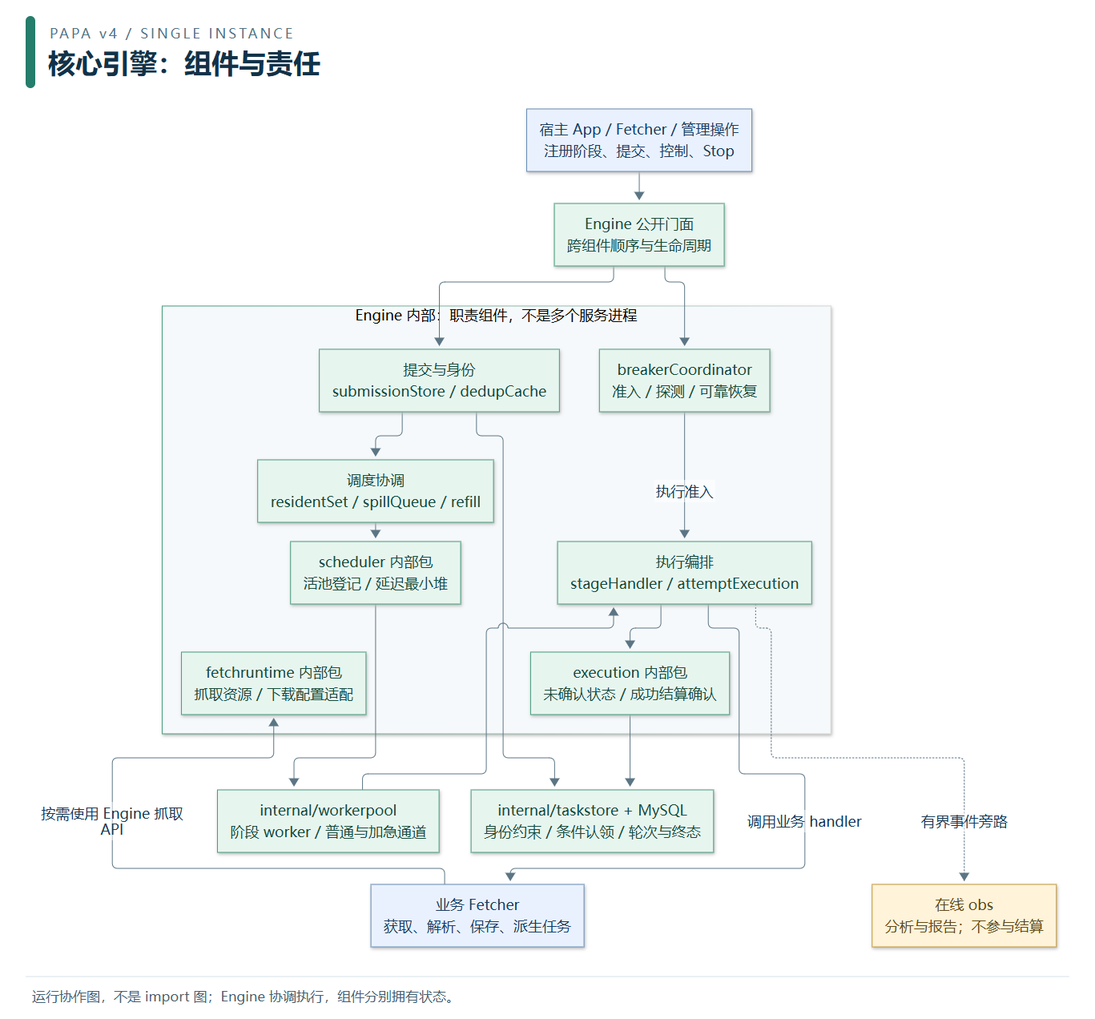
Earlier version of the Mermaid export docs/assets/diagrams/07-engine-components.png (ydtg1993/papa). Its source is kept beside it as docs/assets/diagrams/07-engine-components.mmd. Source of this version:
```mermaid
flowchart TB
    H["宿主 App / Fetcher / 管理操作<br/>注册阶段、提交、控制、Stop"] --> E["Engine 公开门面<br/>跨组件顺序与生命周期"]
    subgraph CORE["Engine 内部：职责组件，不是多个服务进程"]
      S["提交与身份<br/>submissionStore / dedupCache"]
      Q["调度协调<br/>residentSet / spillQueue / refill"]
      D["scheduler 内部包<br/>活池登记 / 延迟最小堆"]
      X["执行编排<br/>stageHandler / attemptExecution"]
      P["execution 内部包<br/>未确认状态 / 成功结算确认"]
      B["breakerCoordinator<br/>准入 / 探测 / 可靠恢复"]
      F["fetchruntime 内部包<br/>抓取资源 / 下载配置适配"]
    end
    E --> S --> Q --> D
    D --> W["internal/workerpool<br/>阶段 worker / 普通与加急通道"] --> X
    B -->|执行准入| X
    E --> B
    X --> P
    X -->|调用业务 handler| U["业务 Fetcher<br/>获取、解析、保存、派生任务"]
    U -->|按需使用 Engine 抓取 API| F
    S --> T["internal/taskstore + MySQL<br/>身份约束 / 条件认领 / 轮次与终态"]
    P --> T
    X -.->|有界事件旁路| O["在线 obs<br/>分析与报告；不参与结算"]
    classDef runtime fill:#e7f5ef,color:#174c3c,stroke:#449c7a;
    classDef business fill:#e9f1ff,color:#193e66,stroke:#658bb5;
    classDef observe fill:#fff3d9,color:#634a15,stroke:#bf963b;
    class E,S,Q,D,X,P,B,F,W,T runtime;
    class H,U business;
    class O observe;
```
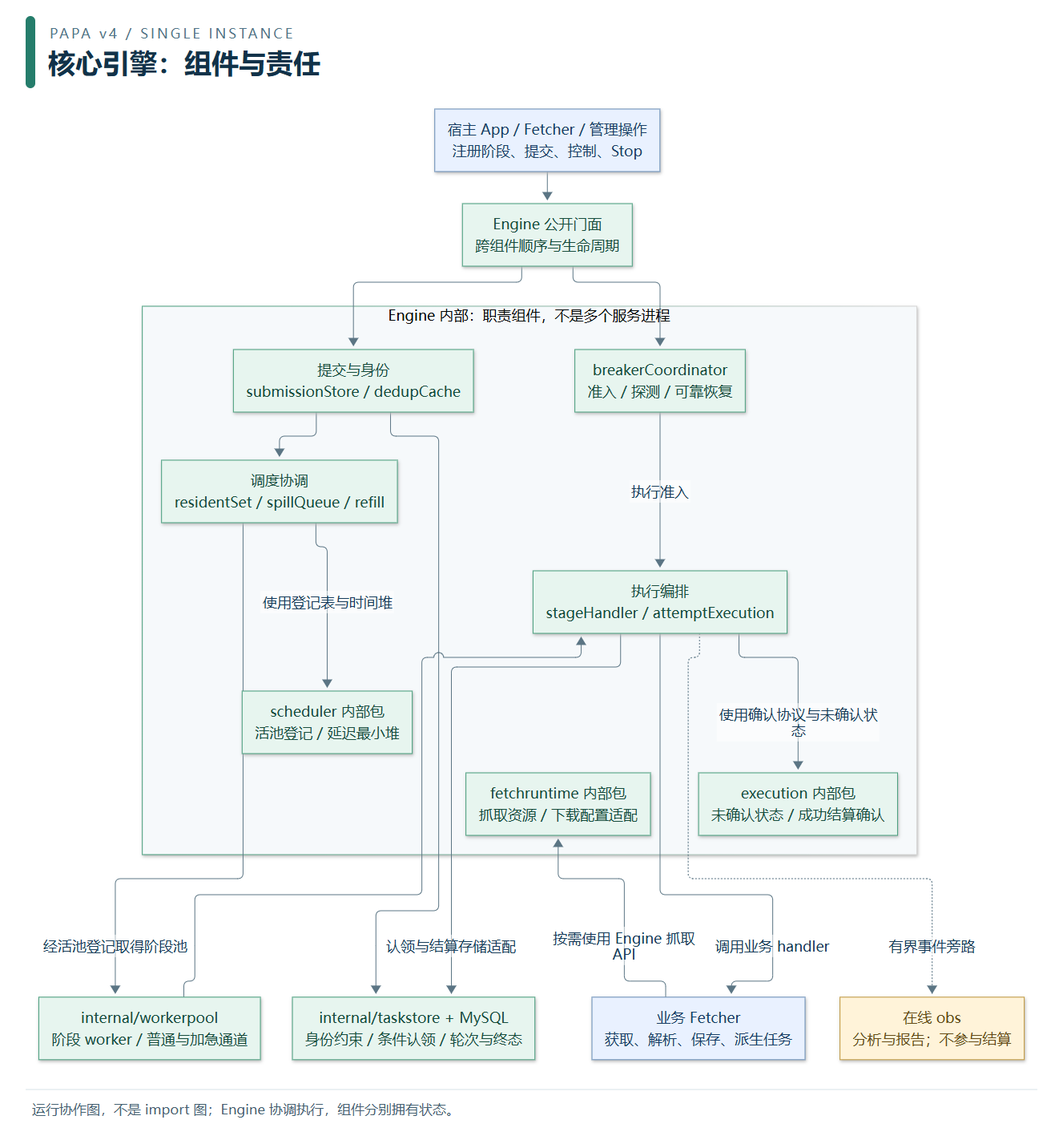
Later version of the same file.

The edit, as a diff of the source:
```diff
@@ -9,15 +9,16 @@
       B["breakerCoordinator<br/>准入 / 探测 / 可靠恢复"]
       F["fetchruntime 内部包<br/>抓取资源 / 下载配置适配"]
     end
-    E --> S --> Q --> D
-    D --> W["internal/workerpool<br/>阶段 worker / 普通与加急通道"] --> X
+    E --> S --> Q
+    Q -->|使用登记表与时间堆| D
+    Q -->|经活池登记取得阶段池| W["internal/workerpool<br/>阶段 worker / 普通与加急通道"] --> X
     B -->|执行准入| X
     E --> B
-    X --> P
+    X -->|使用确认协议与未确认状态| P
     X -->|调用业务 handler| U["业务 Fetcher<br/>获取、解析、保存、派生任务"]
     U -->|按需使用 Engine 抓取 API| F
     S --> T["internal/taskstore + MySQL<br/>身份约束 / 条件认领 / 轮次与终态"]
-    P --> T
+    X -->|认领与结算存储适配| T
     X -.->|有界事件旁路| O["在线 obs<br/>分析与报告；不参与结算"]
     classDef runtime fill:#e7f5ef,color:#174c3c,stroke:#449c7a;
     classDef business fill:#e9f1ff,color:#193e66,stroke:#658bb5;
```
